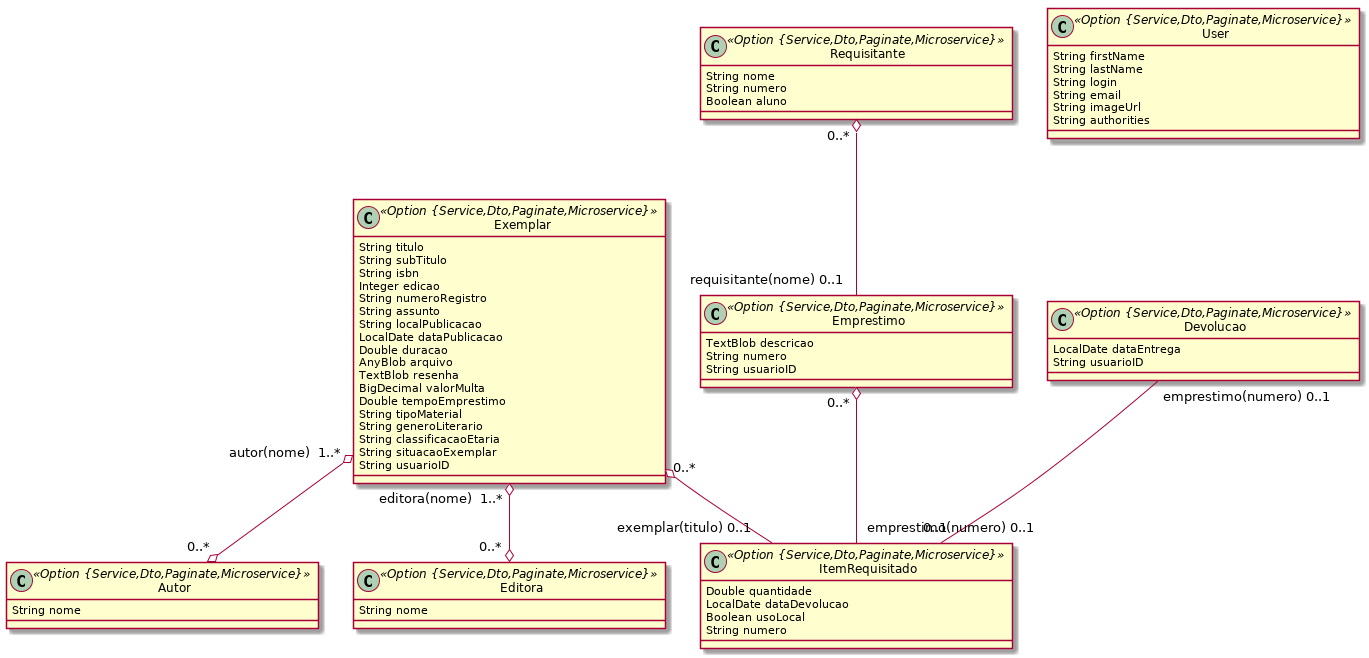
Before: domain-ensino/5biblioteca.png, a diagram exported from PlantUML (ravunana/manda-ensino).
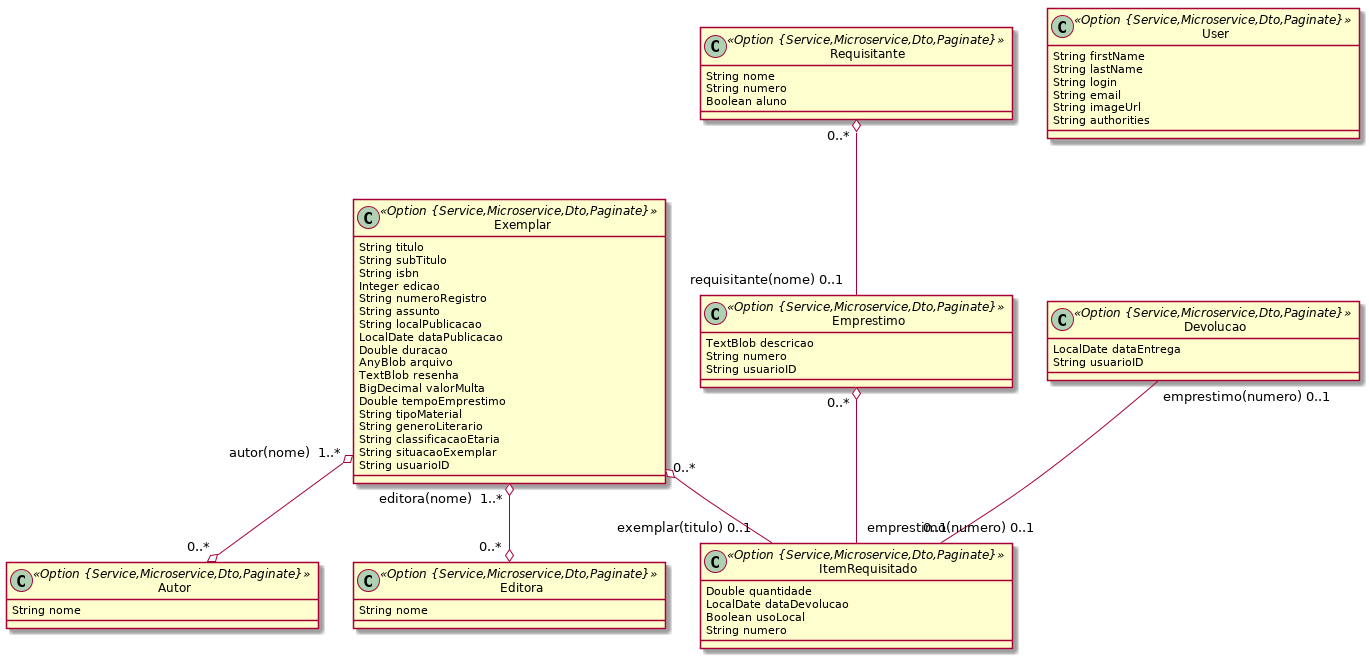
After the commit.

What changed in the source:
```diff
@@ -1,6 +1,6 @@
 @startuml
 	!pragma syntax class
-	class Exemplar <<Option {Service,Dto,Paginate,Microservice}>> {
+	class Exemplar <<Option {Service,Microservice,Dto,Paginate}>> {
 		String titulo
 		String subTitulo
 		String isbn
@@ -20,27 +20,27 @@
 		String situacaoExemplar
 		String usuarioID
 	}
-	class Emprestimo <<Option {Service,Dto,Paginate,Microservice}>> {
+	class Emprestimo <<Option {Service,Microservice,Dto,Paginate}>> {
 		TextBlob descricao
 		String numero
 		String usuarioID
 	}
-	class Devolucao <<Option {Service,Dto,Paginate,Microservice}>> {
+	class Devolucao <<Option {Service,Microservice,Dto,Paginate}>> {
 		LocalDate dataEntrega
 		String usuarioID
 	}
-	class Autor <<Option {Service,Dto,Paginate,Microservice}>> {
+	class Autor <<Option {Service,Microservice,Dto,Paginate}>> {
 		String nome
 	}
-	class Editora <<Option {Service,Dto,Paginate,Microservice}>> {
+	class Editora <<Option {Service,Microservice,Dto,Paginate}>> {
 		String nome
 	}
-	class Requisitante <<Option {Service,Dto,Paginate,Microservice}>> {
+	class Requisitante <<Option {Service,Microservice,Dto,Paginate}>> {
 		String nome
 		String numero
 		Boolean aluno
 	}
-	class ItemRequisitado <<Option {Service,Dto,Paginate,Microservice}>> {
+	class ItemRequisitado <<Option {Service,Microservice,Dto,Paginate}>> {
 		Double quantidade
 		LocalDate dataDevolucao
 		Boolean usoLocal
@@ -52,7 +52,7 @@
 	Emprestimo  "0..* " o-- "emprestimo(numero) 0..1 "  ItemRequisitado
 	Exemplar  "autor(nome)  1..* " o--o "0..* "  Autor
 	Exemplar  "editora(nome)  1..* " o--o "0..* "  Editora
-	class User <<Option {Service,Dto,Paginate,Microservice}>> {
+	class User <<Option {Service,Microservice,Dto,Paginate}>> {
 		String firstName
 		String lastName
 		String login
```
